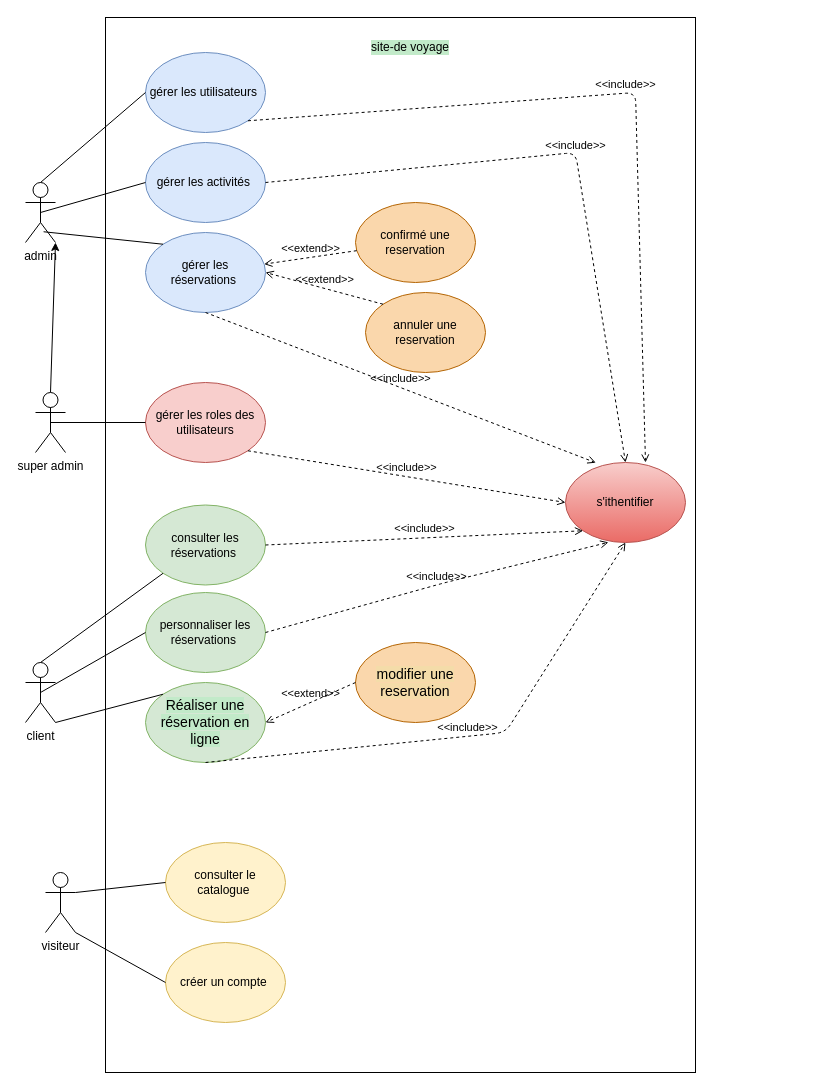
ligh-cloud/site-de-voyage-2.0 keeps this draw.io diagram as uml-usecase.drawio. Above is the earlier version. Source tidied: cells renumbered, new cells numbered last; positions are measured from the earlier drawing's top-left corner, leaving out a move shared by most shapes. Both pictures are drawn from the tidied source at 100%, with x=0, y=0 at pixel (25, 17).
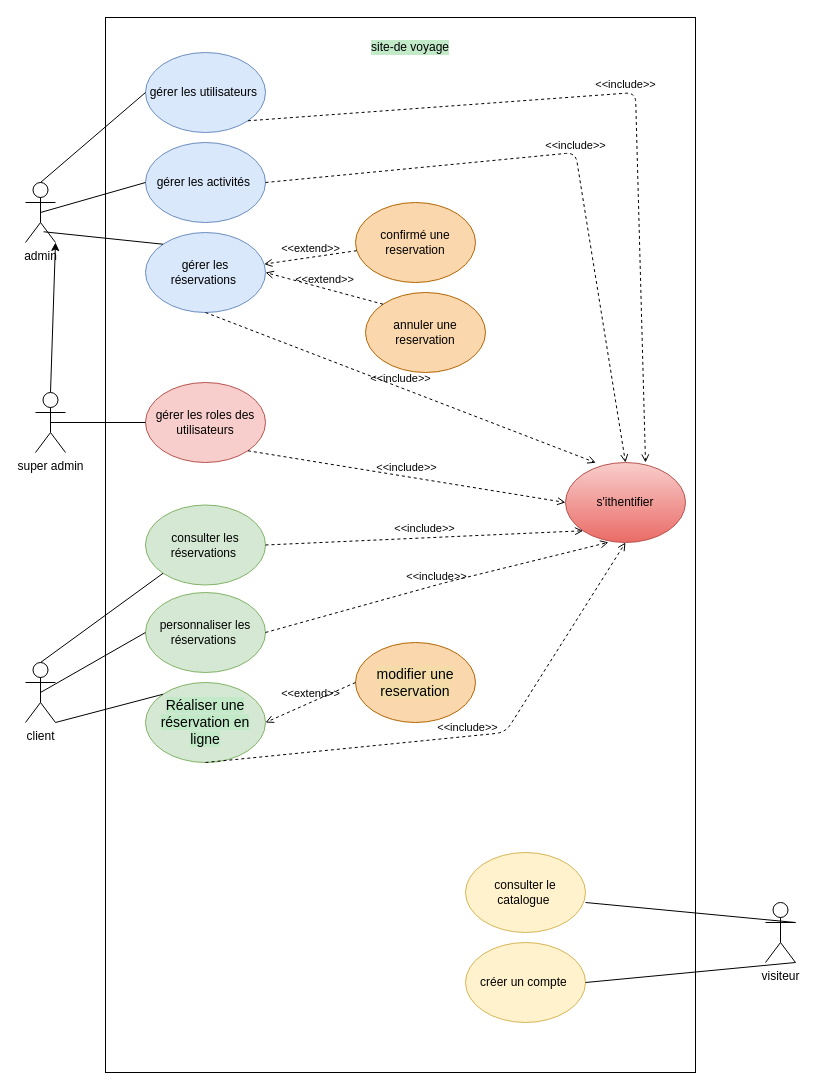
After the change.

Diff of the diagram source:
```diff
@@
     <mxCell id="18" value="visiteur" style="shape=umlActor;verticalLabelPosition=bottom;verticalAlign=top;html=1;outlineConnect=0;" parent="1" vertex="1">
-      <mxGeometry x="20" y="855" width="30" height="60" as="geometry" />
+      <mxGeometry x="740" y="885" width="30" height="60" as="geometry" />
     </mxCell>
     <mxCell id="19" value="consulter le catalogue&amp;nbsp;" style="ellipse;whiteSpace=wrap;html=1;fillColor=#fff2cc;strokeColor=#d6b656;" parent="1" vertex="1">
-      <mxGeometry x="140" y="825" width="120" height="80" as="geometry" />
+      <mxGeometry x="440" y="835" width="120" height="80" as="geometry" />
     </mxCell>
     <mxCell id="20" value="créer un compte&amp;nbsp;" style="ellipse;whiteSpace=wrap;html=1;fillColor=#fff2cc;strokeColor=#d6b656;" parent="1" vertex="1">
-      <mxGeometry x="140" y="925" width="120" height="80" as="geometry" />
+      <mxGeometry x="440" y="925" width="120" height="80" as="geometry" />
     </mxCell>
@@
-    <mxCell id="24" style="endArrow=none;html=1;exitX=1;exitY=0.3333333333333333;exitDx=0;exitDy=0;exitPerimeter=0;entryX=0;entryY=0.5;entryDx=0;entryDy=0;" parent="1" edge="1" source="18" target="19">
-      <mxGeometry relative="1" as="geometry" />
+    <mxCell id="24" style="endArrow=none;html=1;exitX=1;exitY=0.3333333333333333;exitDx=0;exitDy=0;exitPerimeter=0;" parent="1" edge="1" source="18">
+      <mxGeometry relative="1" as="geometry">
+        <mxPoint x="560" y="885" as="targetPoint" />
+      </mxGeometry>
     </mxCell>
-    <mxCell id="25" style="endArrow=none;html=1;exitX=1;exitY=1;exitDx=0;exitDy=0;exitPerimeter=0;entryX=0;entryY=0.5;entryDx=0;entryDy=0;" parent="1" edge="1" source="18" target="20">
+    <mxCell id="25" style="endArrow=none;html=1;exitX=1;exitY=1;exitDx=0;exitDy=0;exitPerimeter=0;entryX=1;entryY=0.5;entryDx=0;entryDy=0;" parent="1" edge="1" source="18" target="20">
       <mxGeometry relative="1" as="geometry" />
     </mxCell>
```
